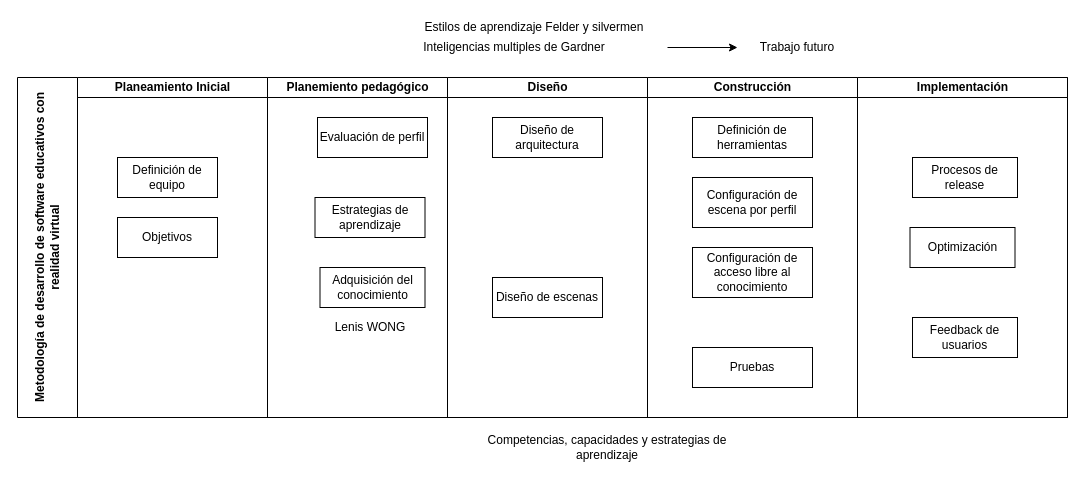
The draw.io diagram Metodología.drawio in AlexisHolyoak/tesis-unmsm-master-degree, before the edit. Source tidied: cells renumbered, new cells numbered last; positions are measured from the earlier drawing's top-left corner, leaving out a move shared by most shapes. Both pictures are drawn from the tidied source at 100%, with x=0, y=0 at pixel (17, 17).
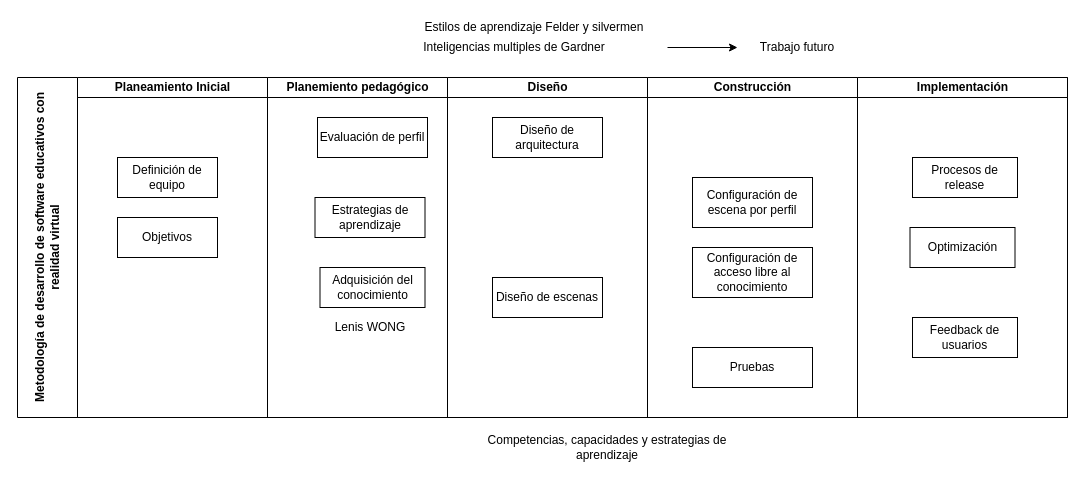
Above is the later version.

Unchanged cells that the change refers to:
```xml
<mxCell id="14" value="Construcción" style="swimlane;html=1;startSize=20;" parent="2" vertex="1">
  <mxGeometry x="630" width="210" height="340" as="geometry" />
</mxCell>
```

Diff of the diagram source:
```diff
@@
-    <mxCell id="15" value="Definición de herramientas" style="rounded=0;whiteSpace=wrap;html=1;" parent="14" vertex="1">
-      <mxGeometry x="45" y="40" width="120" height="40" as="geometry" />
-    </mxCell>
```
